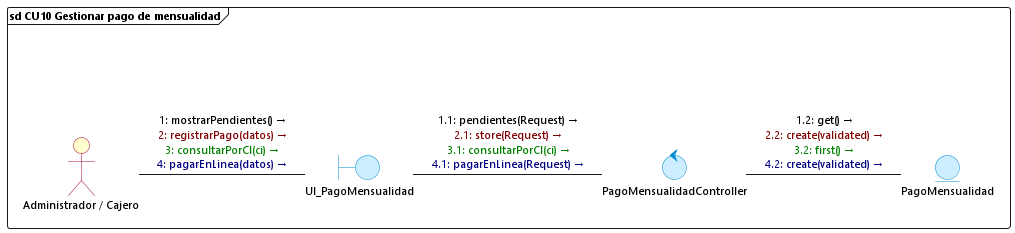
The PlantUML diagram diagramas/comunicacion/cu10_gestionar_pago_mensualidad.png in DiogoMars777/TELCOM-2.0, before a commit. Its diagram source:
```plantuml
@startuml cu10_gestionar_pago_mensualidad
skinparam backgroundColor white
skinparam defaultFontName "Segoe UI"
skinparam defaultFontSize 11
skinparam interfaceBackgroundColor transparent
skinparam interfaceBorderColor transparent
skinparam actorBackgroundColor #FEFECE
skinparam actorBorderColor #A80036
skinparam boundaryBackgroundColor #CCEEFF
skinparam boundaryBorderColor #0088CC
skinparam controlBackgroundColor #CCEEFF
skinparam controlBorderColor #0088CC
skinparam entityBackgroundColor #CCEEFF
skinparam entityBorderColor #0088CC

frame "sd CU10 Gestionar pago de mensualidad" {
    () " " as spacer
    actor "Administrador / Cajero" as Cajero
    boundary UI_PagoMensualidad
    control PagoMensualidadController
    entity PagoMensualidad

    spacer -[hidden]down- Cajero

    Cajero -right- UI_PagoMensualidad : <font color=#000000>1: mostrarPendientes() →</font>\n<font color=#800000>2: registrarPago(datos) →</font>\n<font color=#008000>3: consultarPorCI(ci) →</font>\n<font color=#000080>4: pagarEnLinea(datos) →</font>

    UI_PagoMensualidad -right- PagoMensualidadController : <font color=#000000>1.1: pendientes(Request) →</font>\n<font color=#800000>2.1: store(Request) →</font>\n<font color=#008000>3.1: consultarPorCI(ci) →</font>\n<font color=#000080>4.1: pagarEnLinea(Request) →</font>

    PagoMensualidadController -right- PagoMensualidad : <font color=#000000>1.2: get() →</font>\n<font color=#800000>2.2: create(validated) →</font>\n<font color=#008000>3.2: first() →</font>\n<font color=#000080>4.2: create(validated) →</font>
}
@enduml
```
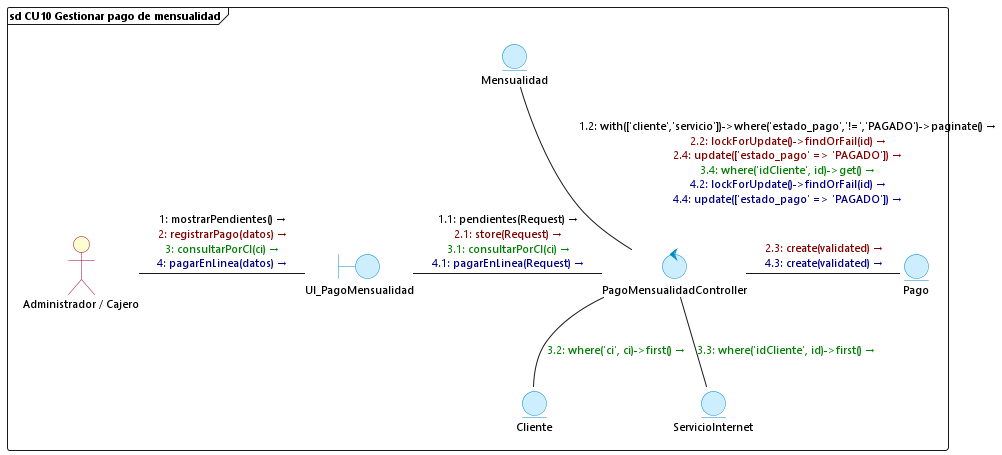
Above is the later version.

Commit message:
docs: actualizar diagrama de comunicacion CU10 conectando los models directos del controlador (Pago, Mensualidad, Cliente, ServicioInternet)

Change to the diagram source:
```diff
@@ -18,7 +18,10 @@
     actor "Administrador / Cajero" as Cajero
     boundary UI_PagoMensualidad
     control PagoMensualidadController
-    entity PagoMensualidad
+    entity Mensualidad
+    entity Pago
+    entity Cliente
+    entity ServicioInternet
 
     spacer -[hidden]down- Cajero
 
@@ -26,6 +29,12 @@
 
     UI_PagoMensualidad -right- PagoMensualidadController : <font color=#000000>1.1: pendientes(Request) →</font>\n<font color=#800000>2.1: store(Request) →</font>\n<font color=#008000>3.1: consultarPorCI(ci) →</font>\n<font color=#000080>4.1: pagarEnLinea(Request) →</font>
 
-    PagoMensualidadController -right- PagoMensualidad : <font color=#000000>1.2: get() →</font>\n<font color=#800000>2.2: create(validated) →</font>\n<font color=#008000>3.2: first() →</font>\n<font color=#000080>4.2: create(validated) →</font>
+    PagoMensualidadController -up- Mensualidad : <font color=#000000>1.2: with(['cliente','servicio'])->where('estado_pago','!=','PAGADO')->paginate() →</font>\n<font color=#800000>2.2: lockForUpdate()->findOrFail(id) →</font>\n<font color=#800000>2.4: update(['estado_pago' => 'PAGADO']) →</font>\n<font color=#008000>3.4: where('idCliente', id)->get() →</font>\n<font color=#000080>4.2: lockForUpdate()->findOrFail(id) →</font>\n<font color=#000080>4.4: update(['estado_pago' => 'PAGADO']) →</font>
+
+    PagoMensualidadController -right- Pago : <font color=#800000>2.3: create(validated) →</font>\n<font color=#000080>4.3: create(validated) →</font>
+
+    PagoMensualidadController -down- Cliente : <font color=#008000>3.2: where('ci', ci)->first() →</font>
+
+    PagoMensualidadController -down- ServicioInternet : <font color=#008000>3.3: where('idCliente', id)->first() →</font>
 }
 @enduml
```
